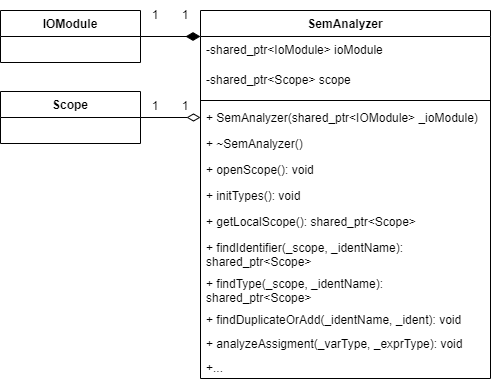
korpatiy/compiler keeps this draw.io diagram as diagrams/semancer.png. Above is the earlier version. Source tidied: cells renumbered, new cells last; positions are measured from the earlier drawing's top-left corner, leaving out a move shared by most shapes.
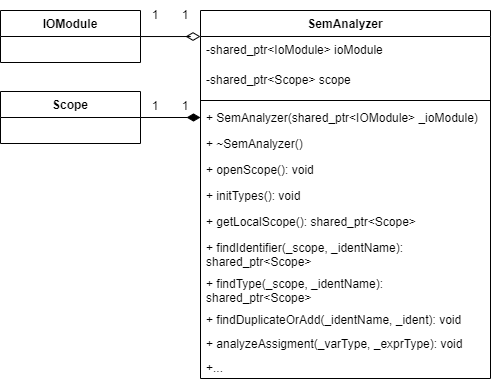
Later version of the same file.

Change to the diagram source:
```diff
@@ -2,7 +2,7 @@
   <root>
     <mxCell id="0" />
     <mxCell id="1" parent="0" />
-    <mxCell id="2" style="edgeStyle=orthogonalEdgeStyle;rounded=0;jettySize=auto;html=1;endArrow=none;endFill=0;endSize=8;startArrow=diamondThin;startFill=1;strokeWidth=1;startSize=12;" parent="1" edge="1" source="3" target="18">
+    <mxCell id="2" style="edgeStyle=orthogonalEdgeStyle;rounded=0;jettySize=auto;html=1;endArrow=none;endFill=0;endSize=8;startArrow=diamondThin;startFill=0;strokeWidth=1;startSize=12;" parent="1" edge="1" source="3" target="18">
       <mxGeometry relative="1" as="geometry">
         <Array as="points">
           <mxPoint x="190" y="36" />
@@ -64,7 +64,7 @@
     <mxCell id="20" value="1" style="text;html=1;strokeColor=none;fillColor=none;align=center;verticalAlign=middle;whiteSpace=wrap;rounded=0;labelBorderColor=none;" parent="1" vertex="1">
       <mxGeometry x="170" width="30" height="30" as="geometry" />
     </mxCell>
-    <mxCell id="21" style="edgeStyle=orthogonalEdgeStyle;rounded=0;jettySize=auto;html=1;startArrow=diamondThin;startFill=0;endArrow=none;endFill=0;startSize=11;endSize=11;" parent="1" edge="1" source="7" target="17">
+    <mxCell id="21" style="edgeStyle=orthogonalEdgeStyle;rounded=0;jettySize=auto;html=1;startArrow=diamondThin;startFill=1;endArrow=none;endFill=0;startSize=11;endSize=11;" parent="1" edge="1" source="7" target="17">
       <mxGeometry relative="1" as="geometry" />
     </mxCell>
     <mxCell id="22" value="1" style="text;html=1;strokeColor=none;fillColor=none;align=center;verticalAlign=middle;whiteSpace=wrap;rounded=0;labelBorderColor=none;" parent="1" vertex="1">
```
